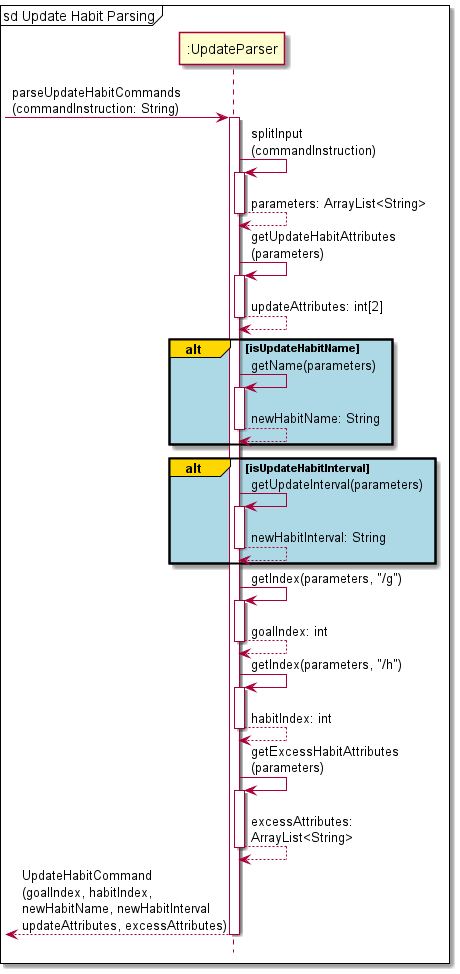
Earlier version of the PlantUML export docs/Diagram_Images/Implementation_Diagram_Images/UpdateHabitCommandParserSequenceDiagram.png (nus-cs2113-AY2122S1/tp).
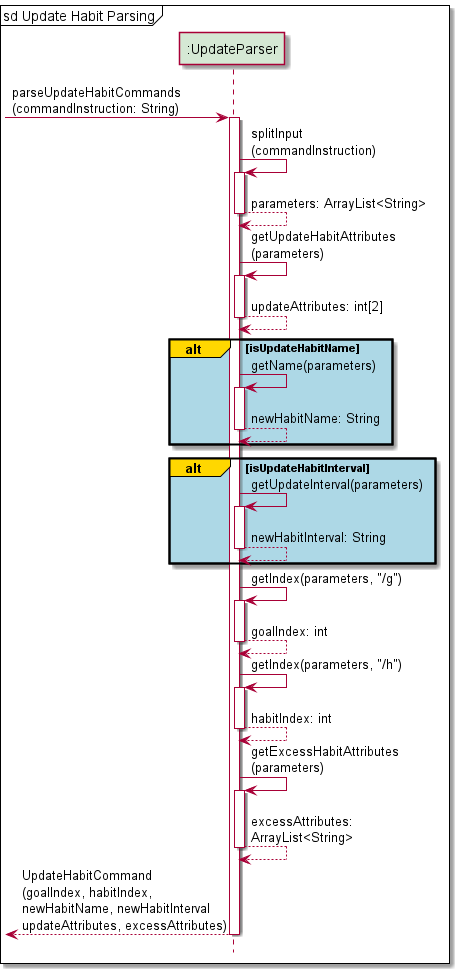
Above is the later version.

Diff of the diagram source:
```diff
@@ -1,49 +1,52 @@
 @startuml
 !include Style.puml
+
+participant ":UpdateParser" as UpdateParser PARSER_COLOUR
+
 mainframe sd Update Habit Parsing
 
--> ":UpdateParser": parseUpdateHabitCommands\n(commandInstruction: String)
-activate ":UpdateParser"
+-> UpdateParser: parseUpdateHabitCommands\n(commandInstruction: String)
+activate UpdateParser
 
-":UpdateParser" -> ":UpdateParser": splitInput\n(commandInstruction)
-activate ":UpdateParser"
-":UpdateParser" --> ":UpdateParser": parameters: ArrayList<String>
-deactivate ":UpdateParser"
+UpdateParser -> UpdateParser: splitInput\n(commandInstruction)
+activate UpdateParser
+UpdateParser --> UpdateParser: parameters: ArrayList<String>
+deactivate UpdateParser
 
-":UpdateParser" -> ":UpdateParser": getUpdateHabitAttributes\n(parameters)
-activate ":UpdateParser"
-":UpdateParser" --> ":UpdateParser": updateAttributes: int[2]
-deactivate ":UpdateParser"
+UpdateParser -> UpdateParser: getUpdateHabitAttributes\n(parameters)
+activate UpdateParser
+UpdateParser --> UpdateParser: updateAttributes: int[2]
+deactivate UpdateParser
 
 alt#gold #lightblue isUpdateHabitName
-":UpdateParser" -> ":UpdateParser": getName(parameters)
-activate ":UpdateParser"
-":UpdateParser" --> ":UpdateParser": newHabitName: String
-deactivate ":UpdateParser"
+UpdateParser -> UpdateParser: getName(parameters)
+activate UpdateParser
+UpdateParser --> UpdateParser: newHabitName: String
+deactivate UpdateParser
 end
 alt#gold #lightblue isUpdateHabitInterval
-":UpdateParser" -> ":UpdateParser": getUpdateInterval(parameters)
-activate ":UpdateParser"
-":UpdateParser" --> ":UpdateParser": newHabitInterval: String
-deactivate ":UpdateParser"
+UpdateParser -> UpdateParser: getUpdateInterval(parameters)
+activate UpdateParser
+UpdateParser --> UpdateParser: newHabitInterval: String
+deactivate UpdateParser
 end
 
-":UpdateParser" -> ":UpdateParser": getIndex(parameters, "/g")
-activate ":UpdateParser"
-":UpdateParser" --> ":UpdateParser": goalIndex: int
-deactivate ":UpdateParser"
+UpdateParser -> UpdateParser: getIndex(parameters, "/g")
+activate UpdateParser
+UpdateParser --> UpdateParser: goalIndex: int
+deactivate UpdateParser
 
-":UpdateParser" -> ":UpdateParser": getIndex(parameters, "/h")
-activate ":UpdateParser"
-":UpdateParser" --> ":UpdateParser": habitIndex: int
-deactivate ":UpdateParser"
+UpdateParser -> UpdateParser: getIndex(parameters, "/h")
+activate UpdateParser
+UpdateParser --> UpdateParser: habitIndex: int
+deactivate UpdateParser
 
-":UpdateParser" -> ":UpdateParser": getExcessHabitAttributes\n(parameters)
-activate ":UpdateParser"
-":UpdateParser" --> ":UpdateParser": excessAttributes:\nArrayList<String>
-deactivate ":UpdateParser"
+UpdateParser -> UpdateParser: getExcessHabitAttributes\n(parameters)
+activate UpdateParser
+UpdateParser --> UpdateParser: excessAttributes:\nArrayList<String>
+deactivate UpdateParser
 
-<-- ":UpdateParser": UpdateHabitCommand\n(goalIndex, habitIndex,\nnewHabitName, newHabitInterval\nupdateAttributes, excessAttributes)
-deactivate ":UpdateParser"
+<-- UpdateParser: UpdateHabitCommand\n(goalIndex, habitIndex,\nnewHabitName, newHabitInterval\nupdateAttributes, excessAttributes)
+deactivate UpdateParser
 
 @enduml
```
